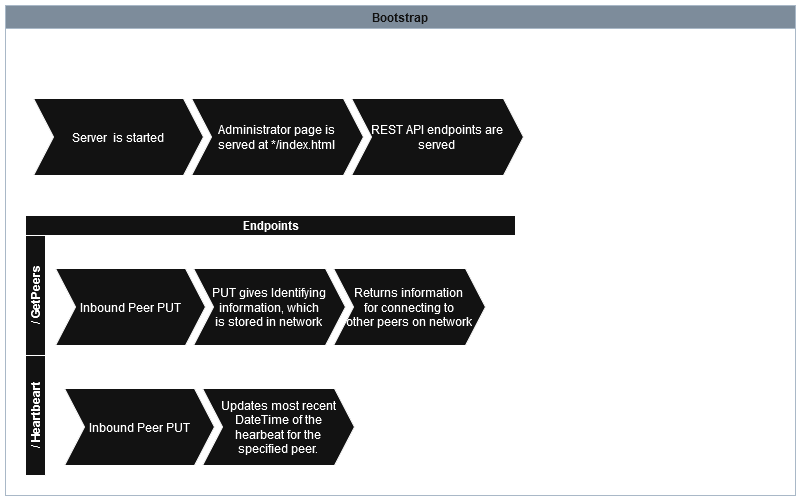
The draw.io diagram misc/Bootstrap.png in realChrisDeBon/P2PNet, before a commit. Source tidied: cells renumbered, new cells last; positions are measured from the earlier drawing's top-left corner, leaving out a move shared by most shapes.
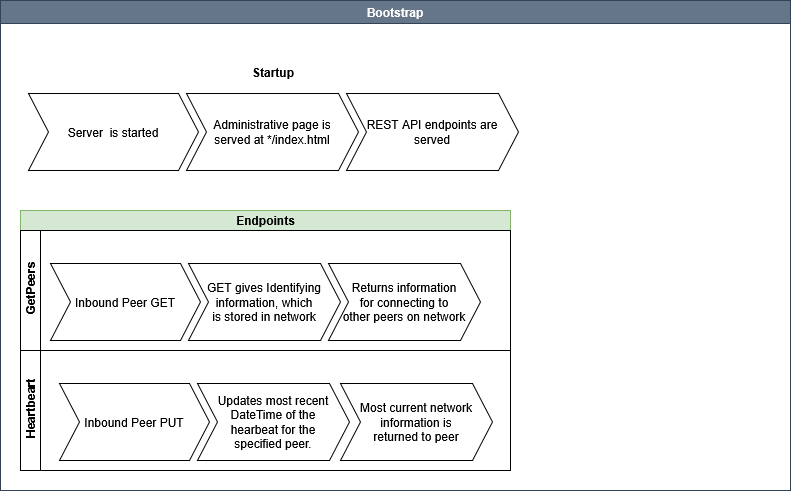
The same file after the commit.

Diff of the diagram source:
```diff
@@ -2,28 +2,28 @@
   <root>
     <mxCell id="0" />
     <mxCell id="1" parent="0" />
-    <mxCell id="2" value="Bootstrap" style="swimlane;fillColor=#647687;strokeColor=#314354;labelBackgroundColor=none;startSize=23;fontColor=#ffffff;" parent="1" vertex="1">
+    <mxCell id="2" value="Bootstrap" style="swimlane;fillColor=#647687;strokeColor=#314354;labelBackgroundColor=none;startSize=23;fontColor=#ffffff;swimlaneFillColor=default;" parent="1" vertex="1">
       <mxGeometry width="790" height="490" as="geometry" />
     </mxCell>
-    <mxCell id="3" value="Endpoints" style="swimlane;horizontal=1;startSize=20;html=1;" parent="2" vertex="1">
+    <mxCell id="3" value="Endpoints" style="swimlane;horizontal=1;startSize=20;html=1;fillColor=#d5e8d4;strokeColor=#82b366;" parent="2" vertex="1">
       <mxGeometry x="20" y="210" width="490" height="260" as="geometry" />
     </mxCell>
-    <mxCell id="4" value="/ GetPeers" style="swimlane;startSize=20;horizontal=0;html=1;" parent="3" vertex="1">
+    <mxCell id="4" value="&amp;nbsp;GetPeers" style="swimlane;startSize=20;horizontal=0;html=1;" parent="3" vertex="1">
       <mxGeometry y="20" width="490" height="120" as="geometry" />
     </mxCell>
     <mxCell id="5" style="swimlane;horizontal=1;fillColor=none;strokeColor=none;stackBorder=10;align=center;whiteSpace=wrap;html=1;" parent="4" vertex="1">
       <mxGeometry x="20" width="450" height="120" as="geometry" />
     </mxCell>
-    <mxCell id="6" value="&lt;div&gt;Inbound Peer PUT&lt;/div&gt;" style="shape=step;perimeter=stepPerimeter;fixedSize=1;whiteSpace=wrap;html=1;" parent="5" vertex="1">
+    <mxCell id="6" value="&lt;div&gt;Inbound Peer GET&lt;/div&gt;" style="shape=step;perimeter=stepPerimeter;fixedSize=1;whiteSpace=wrap;html=1;" parent="5" vertex="1">
       <mxGeometry x="10" y="33" width="150" height="77" as="geometry" />
     </mxCell>
-    <mxCell id="7" value="&lt;div&gt;PUT gives Identifying&lt;/div&gt;&lt;div&gt;information, which&lt;/div&gt;&lt;div&gt;is stored in network&lt;br&gt;&lt;/div&gt;" style="shape=step;perimeter=stepPerimeter;fixedSize=1;whiteSpace=wrap;html=1;" parent="5" vertex="1">
+    <mxCell id="7" value="&lt;div&gt;GET gives Identifying&lt;/div&gt;&lt;div&gt;information, which&lt;/div&gt;&lt;div&gt;is stored in network&lt;br&gt;&lt;/div&gt;" style="shape=step;perimeter=stepPerimeter;fixedSize=1;whiteSpace=wrap;html=1;" parent="5" vertex="1">
       <mxGeometry x="148" y="33" width="152" height="77" as="geometry" />
     </mxCell>
     <mxCell id="8" value="&lt;div&gt;Returns information&lt;/div&gt;&lt;div&gt;for connecting to&lt;/div&gt;&lt;div&gt;other peers on network&lt;br&gt;&lt;/div&gt;" style="shape=step;perimeter=stepPerimeter;fixedSize=1;whiteSpace=wrap;html=1;" parent="5" vertex="1">
       <mxGeometry x="288" y="33" width="152" height="77" as="geometry" />
     </mxCell>
-    <mxCell id="9" value="/ Heartbeart" style="swimlane;startSize=20;horizontal=0;html=1;" parent="3" vertex="1">
+    <mxCell id="9" value="&amp;nbsp;Heartbeart" style="swimlane;startSize=20;horizontal=0;html=1;" parent="3" vertex="1">
       <mxGeometry y="140" width="490" height="120" as="geometry" />
     </mxCell>
     <mxCell id="10" style="swimlane;horizontal=1;fillColor=none;strokeColor=none;stackBorder=10;align=center;whiteSpace=wrap;html=1;" parent="9" vertex="1">
@@ -35,13 +35,16 @@
     <mxCell id="12" value="&lt;div&gt;Updates most recent&lt;/div&gt;&lt;div&gt;DateTime of the&lt;/div&gt;&lt;div&gt;hearbeat for the &lt;br&gt;&lt;/div&gt;&lt;div&gt;specified peer.&lt;br&gt;&lt;/div&gt;" style="shape=step;perimeter=stepPerimeter;fixedSize=1;whiteSpace=wrap;html=1;" parent="10" vertex="1">
       <mxGeometry x="148" y="33" width="152" height="77" as="geometry" />
     </mxCell>
+    <mxCell id="17" value="&lt;div&gt;Most current network&lt;/div&gt;&lt;div&gt;information is &lt;br&gt;&lt;/div&gt;&lt;div&gt;returned to peer&lt;/div&gt;" style="shape=step;perimeter=stepPerimeter;fixedSize=1;whiteSpace=wrap;html=1;" parent="9" vertex="1">
+      <mxGeometry x="320" y="33" width="152" height="77" as="geometry" />
+    </mxCell>
     <mxCell id="13" value="Startup" style="swimlane;horizontal=1;fillColor=none;strokeColor=none;stackBorder=10;align=center;whiteSpace=wrap;html=1;startSize=23;" parent="2" vertex="1">
       <mxGeometry x="18" y="60" width="510" height="120" as="geometry" />
     </mxCell>
     <mxCell id="14" value="Server&amp;nbsp; is started" style="shape=step;perimeter=stepPerimeter;fixedSize=1;whiteSpace=wrap;html=1;" parent="13" vertex="1">
       <mxGeometry x="10" y="33" width="170" height="77" as="geometry" />
     </mxCell>
-    <mxCell id="15" value="&lt;div&gt;Administrator page is&lt;/div&gt;&lt;div&gt;served at */index.html&lt;br&gt; &lt;/div&gt;" style="shape=step;perimeter=stepPerimeter;fixedSize=1;whiteSpace=wrap;html=1;" parent="13" vertex="1">
+    <mxCell id="15" value="&lt;div&gt;Administrative page is&lt;/div&gt;&lt;div&gt;served at */index.html&lt;br&gt; &lt;/div&gt;" style="shape=step;perimeter=stepPerimeter;fixedSize=1;whiteSpace=wrap;html=1;" parent="13" vertex="1">
       <mxGeometry x="168" y="33" width="172" height="77" as="geometry" />
     </mxCell>
     <mxCell id="16" value="&lt;div&gt;REST API endpoints are&lt;/div&gt;&lt;div&gt;served&lt;br&gt;&lt;/div&gt;" style="shape=step;perimeter=stepPerimeter;fixedSize=1;whiteSpace=wrap;html=1;" parent="13" vertex="1">
```
